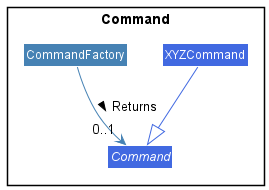
This is docs/images/CommandsClassDiagram.png from nus-cs2113-AY2122S2/tp, a PlantUML export, as it was before one commit.
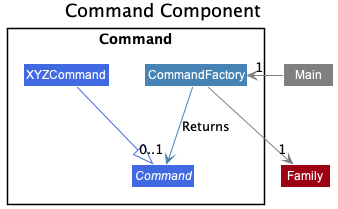
The same diagram one commit later.

Diff of the diagram source:
```diff
@@ -2,6 +2,8 @@
 skinparam groupInheritance 2
 
 !include style.puml
+
+Title: Command Component
 
 Package Command as C {
     class XYZCommand COMMAND_COLOR_T1
@@ -10,7 +12,12 @@
 
 }
 
+class Main #grey
+class Family MODEL_COLOR
+
 XYZCommand -[COMMAND_COLOR_T1]-|> Command
-CommandFactory -[COMMAND_COLOR]->"0..1" Command : Returns >
+CommandFactory -[COMMAND_COLOR]->"0..1" Command : Returns
 
+Main -[#grey]left->"1" CommandFactory
+ CommandFactory -[#grey]->"1" Family
 @enduml
```
